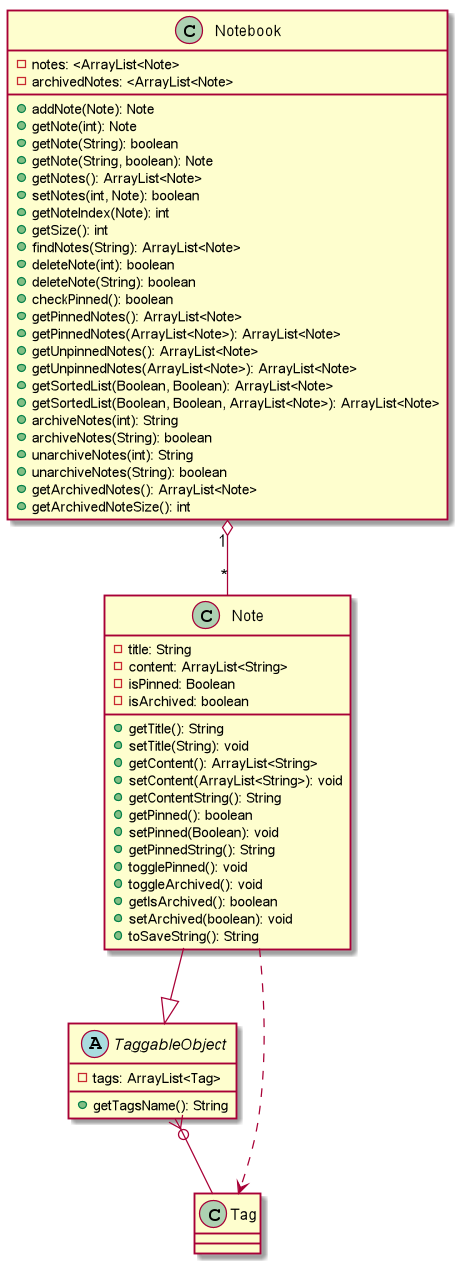
The PlantUML diagram docs/diagrams/out/NotebookObject.png in nus-cs2113-AY2021S1/tp, before a commit. The source it was exported from:
```plantuml
@startuml

Note --|> TaggableObject
Notebook "1" o-- "*" Note
Note ..> Tag
TaggableObject }o== Tag

class Notebook {
-notes: <ArrayList<Note>
-archivedNotes: <ArrayList<Note>
+addNote(Note): Note
+getNote(int): Note
+getNote(String): boolean
+getNote(String, boolean): Note
+getNotes(): ArrayList<Note>
+setNotes(int, Note): boolean
+getNoteIndex(Note): int
+getSize(): int
+findNotes(String): ArrayList<Note>
+deleteNote(int): boolean
+deleteNote(String): boolean
+checkPinned(): boolean
+getPinnedNotes(): ArrayList<Note>
+getPinnedNotes(ArrayList<Note>): ArrayList<Note>
+getUnpinnedNotes(): ArrayList<Note>
+getUnpinnedNotes(ArrayList<Note>): ArrayList<Note>
+getSortedList(Boolean, Boolean): ArrayList<Note>
+getSortedList(Boolean, Boolean, ArrayList<Note>): ArrayList<Note>
+archiveNotes(int): String
+archiveNotes(String): boolean
+unarchiveNotes(int): String
+unarchiveNotes(String): boolean
+getArchivedNotes(): ArrayList<Note>
+getArchivedNoteSize(): int
}

class Note {
-title: String
-content: ArrayList<String>
-isPinned: Boolean
-isArchived: boolean
+getTitle(): String
+setTitle(String): void
+getContent(): ArrayList<String>
+setContent(ArrayList<String>): void
+getContentString(): String
+getPinned(): boolean
+setPinned(Boolean): void
+getPinnedString(): String
+togglePinned(): void
+toggleArchived(): void
+getIsArchived(): boolean
+setArchived(boolean): void
+toSaveString(): String
}

abstract class TaggableObject {
-tags: ArrayList<Tag>
+getTagsName(): String
}

@enduml
```
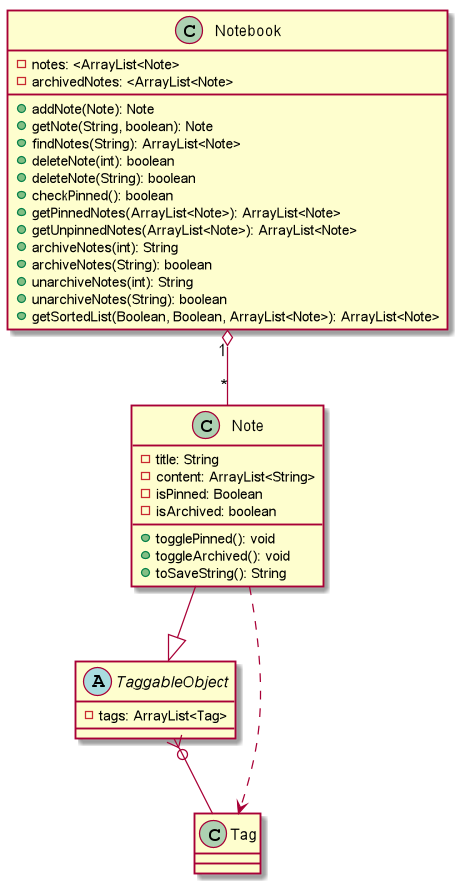
After the change.

Commit message:
Update Notebook object

Change to the diagram source:
```diff
@@ -9,29 +9,18 @@
 -notes: <ArrayList<Note>
 -archivedNotes: <ArrayList<Note>
 +addNote(Note): Note
-+getNote(int): Note
-+getNote(String): boolean
 +getNote(String, boolean): Note
-+getNotes(): ArrayList<Note>
-+setNotes(int, Note): boolean
-+getNoteIndex(Note): int
-+getSize(): int
 +findNotes(String): ArrayList<Note>
 +deleteNote(int): boolean
 +deleteNote(String): boolean
 +checkPinned(): boolean
-+getPinnedNotes(): ArrayList<Note>
 +getPinnedNotes(ArrayList<Note>): ArrayList<Note>
-+getUnpinnedNotes(): ArrayList<Note>
 +getUnpinnedNotes(ArrayList<Note>): ArrayList<Note>
-+getSortedList(Boolean, Boolean): ArrayList<Note>
-+getSortedList(Boolean, Boolean, ArrayList<Note>): ArrayList<Note>
 +archiveNotes(int): String
 +archiveNotes(String): boolean
 +unarchiveNotes(int): String
 +unarchiveNotes(String): boolean
-+getArchivedNotes(): ArrayList<Note>
-+getArchivedNoteSize(): int
++getSortedList(Boolean, Boolean, ArrayList<Note>): ArrayList<Note>
 }
 
 class Note {
@@ -39,24 +28,13 @@
 -content: ArrayList<String>
 -isPinned: Boolean
 -isArchived: boolean
-+getTitle(): String
-+setTitle(String): void
-+getContent(): ArrayList<String>
-+setContent(ArrayList<String>): void
-+getContentString(): String
-+getPinned(): boolean
-+setPinned(Boolean): void
-+getPinnedString(): String
 +togglePinned(): void
 +toggleArchived(): void
-+getIsArchived(): boolean
-+setArchived(boolean): void
 +toSaveString(): String
 }
 
 abstract class TaggableObject {
 -tags: ArrayList<Tag>
-+getTagsName(): String
 }
 
 @enduml
```
